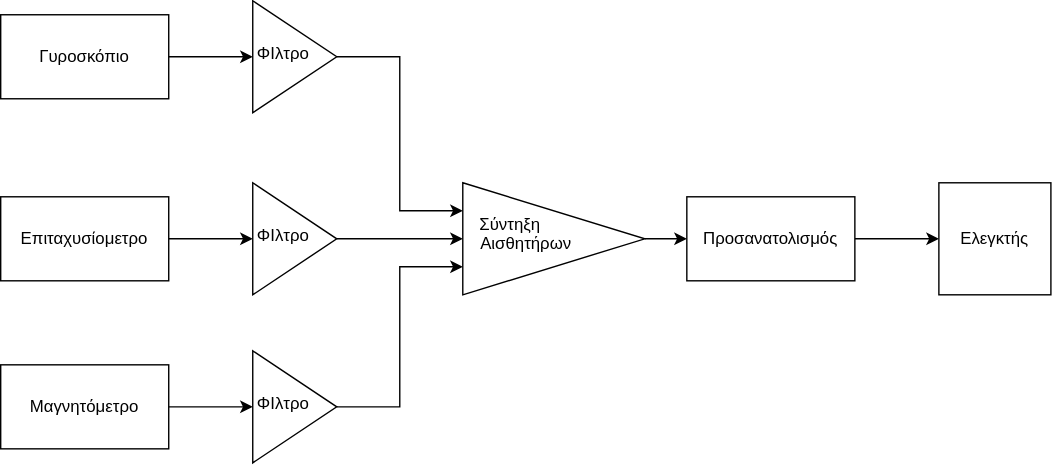
The draw.io diagram thesis/first_draft/images/Untitled Diagram.drawio.svg in Papiqulos/Spotmicro_HMTY, before a commit. Source tidied: cells renumbered, new cells last; positions are measured from the earlier drawing's top-left corner, leaving out a move shared by most shapes.
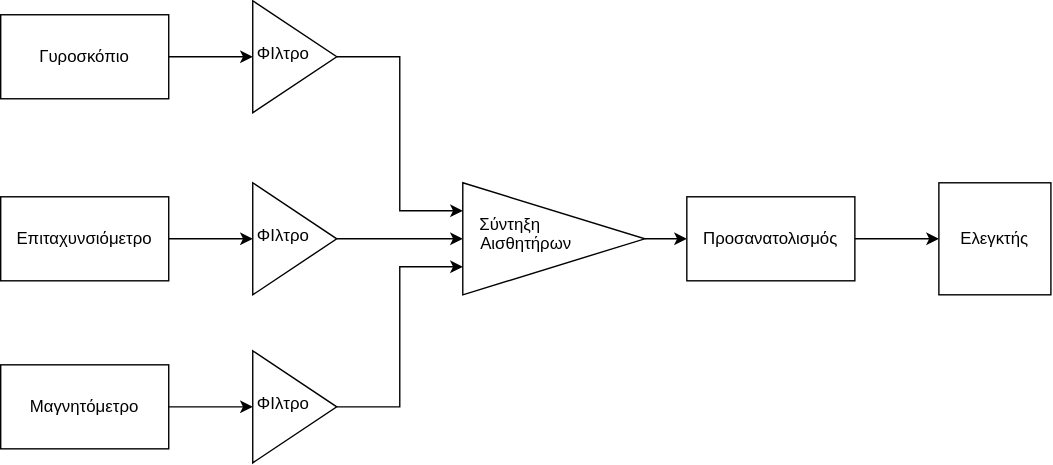
The same diagram one commit later.

Commit message:
fix imu flowchart

Diff of the diagram source:
```diff
@@ -11,7 +11,7 @@
     <mxCell id="4" style="edgeStyle=orthogonalEdgeStyle;rounded=0;jettySize=auto;html=1;" parent="1" edge="1" source="5" target="16">
       <mxGeometry relative="1" as="geometry" />
     </mxCell>
-    <mxCell id="5" value="Επιταχυσίομετρο" style="rounded=0;whiteSpace=wrap;html=1;" parent="1" vertex="1">
+    <mxCell id="5" value="Επιταχυνσιόμετρο" style="rounded=0;whiteSpace=wrap;html=1;" parent="1" vertex="1">
       <mxGeometry y="140" width="120" height="60" as="geometry" />
     </mxCell>
     <mxCell id="6" style="edgeStyle=orthogonalEdgeStyle;rounded=0;jettySize=auto;html=1;exitX=1;exitY=0.5;exitDx=0;exitDy=0;entryX=0;entryY=0.5;entryDx=0;entryDy=0;" parent="1" edge="1" source="7" target="18">
```
